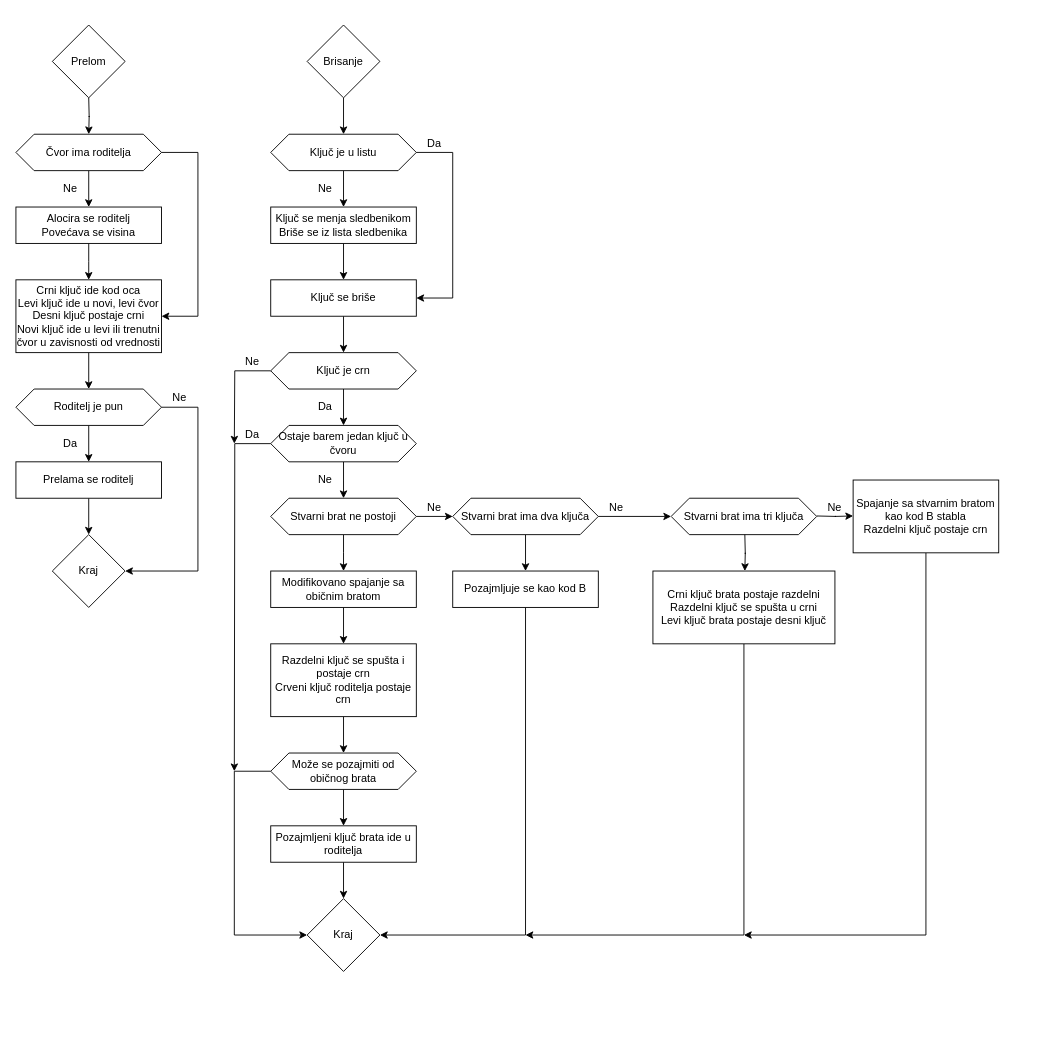
This is page "2-3-4" (4 of 4) of ASP2/Stabla.drawio from KockaAdmiralac/ETF, a draw.io file, before an edit. Source tidied: cells renumbered, new cells numbered last; positions are measured from the earlier drawing's top-left corner, leaving out a move shared by most shapes. Both pictures are drawn from the tidied source at 91%, with x=0, y=0 at pixel (15, 25).
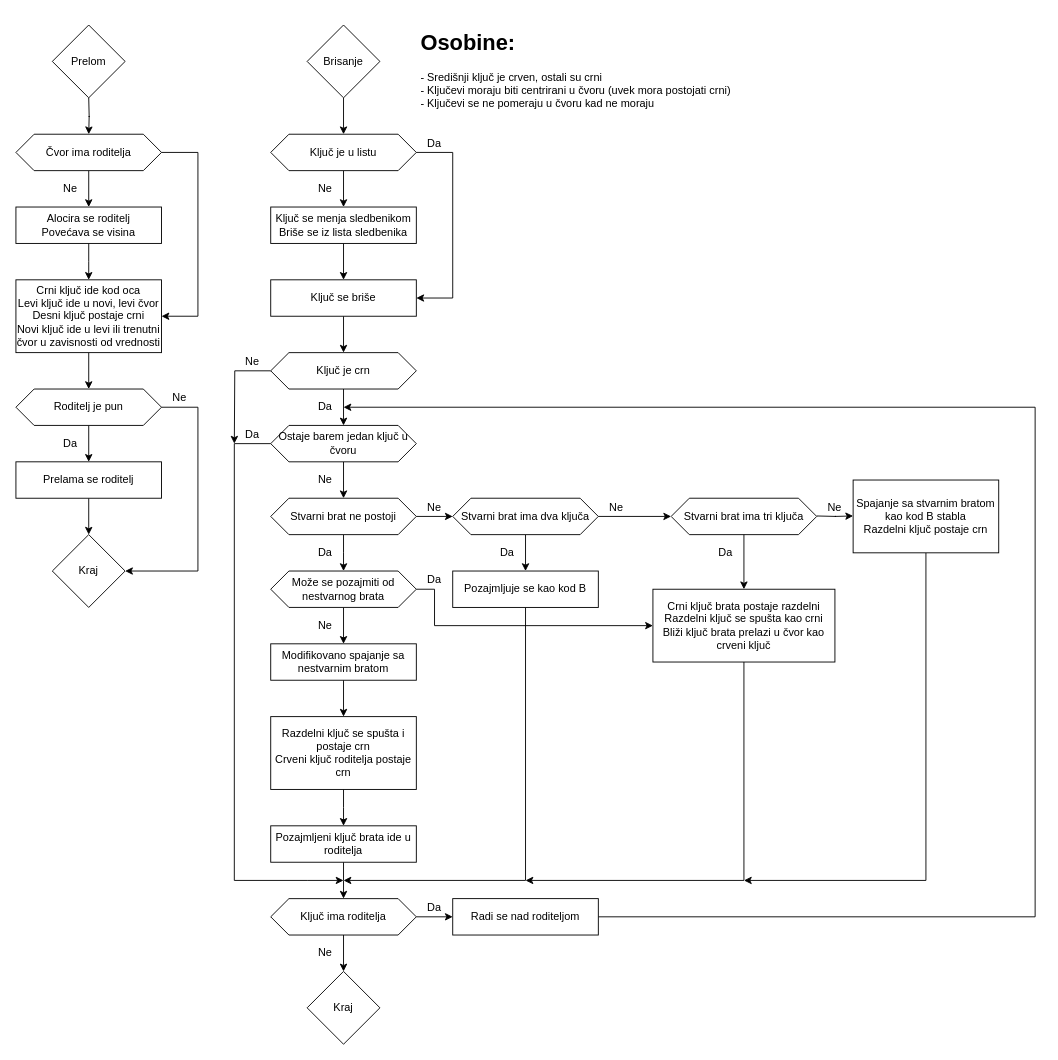
After the change.

Unchanged cells that the change refers to:
```xml
<mxCell id="36" value="Ostaje barem jedan ključ u čvoru" style="shape=hexagon;perimeter=hexagonPerimeter2;whiteSpace=wrap;html=1;fixedSize=1;" parent="1" vertex="1">
  <mxGeometry x="280" y="440" width="160" height="40" as="geometry" />
</mxCell>
<mxCell id="44" value="Pozajmljuje se kao kod B" style="rounded=0;whiteSpace=wrap;html=1;" parent="1" vertex="1">
  <mxGeometry x="480" y="600" width="160" height="40" as="geometry" />
</mxCell>
<mxCell id="46" value="Stvarni brat ima tri ključa" style="shape=hexagon;perimeter=hexagonPerimeter2;whiteSpace=wrap;html=1;fixedSize=1;" parent="1" vertex="1">
  <mxGeometry x="720" y="520" width="160" height="40" as="geometry" />
</mxCell>
<mxCell id="51" value="Spajanje sa stvarnim bratom kao kod B stabla&lt;br&gt;Razdelni ključ postaje crn" style="rounded=0;whiteSpace=wrap;html=1;" parent="1" vertex="1">
  <mxGeometry x="920" y="500" width="160" height="80" as="geometry" />
</mxCell>
<mxCell id="60" value="Pozajmljeni ključ brata ide u roditelja" style="rounded=0;whiteSpace=wrap;html=1;" parent="1" vertex="1">
  <mxGeometry x="280" y="880" width="160" height="40" as="geometry" />
</mxCell>
<mxCell id="63" value="Da" style="text;html=1;strokeColor=none;fillColor=none;align=center;verticalAlign=middle;whiteSpace=wrap;rounded=0;" parent="1" vertex="1">
  <mxGeometry x="320" y="410" width="40" height="20" as="geometry" />
</mxCell>
```

Diff of the diagram source:
```diff
@@
     <mxCell id="35" style="edgeStyle=orthogonalEdgeStyle;rounded=0;jettySize=auto;html=1;" parent="1" edge="1" source="36">
       <mxGeometry relative="1" as="geometry">
-        <mxPoint x="240" y="820" as="targetPoint" />
+        <mxPoint x="360" y="940" as="targetPoint" />
+        <Array as="points">
+          <mxPoint x="240" y="460" />
+          <mxPoint x="240" y="940" />
+          <mxPoint x="320" y="940" />
+        </Array>
       </mxGeometry>
     </mxCell>
@@
-    <mxCell id="43" style="edgeStyle=orthogonalEdgeStyle;rounded=0;jettySize=auto;html=1;entryX=1;entryY=0.5;entryDx=0;entryDy=0;" parent="1" edge="1" source="44" target="61">
-      <mxGeometry relative="1" as="geometry">
-        <Array as="points">
-          <mxPoint x="560" y="1000" />
-        </Array>
-      </mxGeometry>
-    </mxCell>
+    <mxCell id="69" style="edgeStyle=orthogonalEdgeStyle;rounded=0;jettySize=auto;html=1;" parent="1" edge="1" source="44">
+      <mxGeometry relative="1" as="geometry">
+        <mxPoint x="360" y="940" as="targetPoint" />
+        <Array as="points">
+          <mxPoint x="560" y="940" />
+        </Array>
+      </mxGeometry>
+    </mxCell>
@@
-    <mxCell id="47" style="edgeStyle=orthogonalEdgeStyle;rounded=0;orthogonalLoop=1;jettySize=auto;html=1;" parent="1" edge="1">
-      <mxGeometry relative="1" as="geometry">
-        <mxPoint x="801" y="560" as="sourcePoint" />
-        <mxPoint x="801" y="600" as="targetPoint" />
-      </mxGeometry>
+    <mxCell id="47" style="edgeStyle=orthogonalEdgeStyle;rounded=0;jettySize=auto;html=1;entryX=0.5;entryY=0;entryDx=0;entryDy=0;exitX=0.5;exitY=1;exitDx=0;exitDy=0;" parent="1" edge="1" source="46" target="49">
+      <mxGeometry relative="1" as="geometry" />
     </mxCell>
-    <mxCell id="48" style="edgeStyle=orthogonalEdgeStyle;rounded=0;jettySize=auto;html=1;" parent="1" edge="1" source="49">
+    <mxCell id="48" style="edgeStyle=orthogonalEdgeStyle;rounded=0;jettySize=auto;html=1;exitX=0.5;exitY=1;exitDx=0;exitDy=0;" parent="1" edge="1" source="49">
       <mxGeometry relative="1" as="geometry">
-        <mxPoint x="560" y="1000" as="targetPoint" />
+        <mxPoint x="560" y="940" as="targetPoint" />
         <Array as="points">
-          <mxPoint x="800" y="1000" />
+          <mxPoint x="800" y="940" />
         </Array>
       </mxGeometry>
     </mxCell>
-    <mxCell id="49" value="Crni ključ brata postaje razdelni&lt;br&gt;Razdelni ključ se spušta u crni&lt;br&gt;Levi ključ brata postaje desni ključ" style="rounded=0;whiteSpace=wrap;html=1;" parent="1" vertex="1">
-      <mxGeometry x="700" y="600" width="200" height="80" as="geometry" />
+    <mxCell id="49" value="Crni ključ brata postaje razdelni&lt;br&gt;Razdelni ključ se spušta kao crni&lt;br&gt;Bliži ključ brata prelazi u čvor kao crveni ključ" style="rounded=0;whiteSpace=wrap;html=1;" parent="1" vertex="1">
+      <mxGeometry x="700" y="620" width="200" height="80" as="geometry" />
     </mxCell>
     <mxCell id="50" style="edgeStyle=orthogonalEdgeStyle;rounded=0;jettySize=auto;html=1;" parent="1" edge="1" source="51">
       <mxGeometry relative="1" as="geometry">
-        <mxPoint x="800" y="1000" as="targetPoint" />
+        <mxPoint x="800" y="940" as="targetPoint" />
         <Array as="points">
-          <mxPoint x="1000" y="1000" />
+          <mxPoint x="1000" y="940" />
+          <mxPoint x="800" y="940" />
         </Array>
       </mxGeometry>
     </mxCell>
@@
-    <mxCell id="52" style="edgeStyle=orthogonalEdgeStyle;rounded=0;jettySize=auto;html=1;entryX=0.5;entryY=0;entryDx=0;entryDy=0;" parent="1" edge="1" source="54" target="60">
-      <mxGeometry relative="1" as="geometry" />
-    </mxCell>
-    <mxCell id="53" style="edgeStyle=orthogonalEdgeStyle;rounded=0;jettySize=auto;html=1;entryX=0;entryY=0.5;entryDx=0;entryDy=0;" parent="1" edge="1" source="54" target="61">
-      <mxGeometry relative="1" as="geometry">
-        <Array as="points">
-          <mxPoint x="240" y="820" />
-          <mxPoint x="240" y="1000" />
-        </Array>
-      </mxGeometry>
-    </mxCell>
-    <mxCell id="54" value="Može se pozajmiti od običnog brata" style="shape=hexagon;perimeter=hexagonPerimeter2;whiteSpace=wrap;html=1;fixedSize=1;" parent="1" vertex="1">
-      <mxGeometry x="280" y="800" width="160" height="40" as="geometry" />
-    </mxCell>
-    <mxCell id="55" style="edgeStyle=orthogonalEdgeStyle;rounded=0;jettySize=auto;html=1;entryX=0.5;entryY=0;entryDx=0;entryDy=0;" parent="1" edge="1" source="56" target="54">
-      <mxGeometry relative="1" as="geometry" />
+    <mxCell id="55" style="edgeStyle=orthogonalEdgeStyle;rounded=0;jettySize=auto;html=1;entryX=0.5;entryY=0;entryDx=0;entryDy=0;" parent="1" edge="1" source="56">
+      <mxGeometry relative="1" as="geometry">
+        <mxPoint x="360" y="880" as="targetPoint" />
+      </mxGeometry>
     </mxCell>
     <mxCell id="56" value="Razdelni ključ se spušta i postaje crn&lt;br&gt;Crveni ključ roditelja postaje crn" style="rounded=0;whiteSpace=wrap;html=1;" parent="1" vertex="1">
-      <mxGeometry x="280" y="680" width="160" height="80" as="geometry" />
+      <mxGeometry x="280" y="760" width="160" height="80" as="geometry" />
     </mxCell>
@@
-    <mxCell id="58" value="Modifikovano spajanje sa običnim bratom" style="rounded=0;whiteSpace=wrap;html=1;" parent="1" vertex="1">
-      <mxGeometry x="280" y="600" width="160" height="40" as="geometry" />
+    <mxCell id="58" value="Modifikovano spajanje sa nestvarnim bratom" style="rounded=0;whiteSpace=wrap;html=1;" parent="1" vertex="1">
+      <mxGeometry x="280" y="680" width="160" height="40" as="geometry" />
     </mxCell>
-    <mxCell id="59" style="edgeStyle=orthogonalEdgeStyle;rounded=0;jettySize=auto;html=1;entryX=0.5;entryY=0;entryDx=0;entryDy=0;" parent="1" edge="1" source="60" target="61">
-      <mxGeometry relative="1" as="geometry" />
+    <mxCell id="59" style="edgeStyle=orthogonalEdgeStyle;rounded=0;jettySize=auto;html=1;" parent="1" edge="1" source="60">
+      <mxGeometry relative="1" as="geometry">
+        <mxPoint x="360" y="960" as="targetPoint" />
+      </mxGeometry>
     </mxCell>
@@
-    <mxCell id="61" value="Kraj" style="rhombus;whiteSpace=wrap;html=1;" parent="1" vertex="1">
-      <mxGeometry x="320" y="960" width="80" height="80" as="geometry" />
-    </mxCell>
@@
+    <mxCell id="70" value="&lt;h1&gt;Osobine:&lt;/h1&gt;&lt;p&gt;- Središnji ključ je crven, ostali su crni&lt;br&gt;- Ključevi moraju biti centrirani u čvoru (uvek mora postojati crni)&lt;br&gt;- Ključevi se ne pomeraju u čvoru kad ne moraju&lt;/p&gt;" style="text;html=1;strokeColor=none;fillColor=none;spacing=5;spacingTop=-20;whiteSpace=wrap;overflow=hidden;rounded=0;" parent="1" vertex="1">
+      <mxGeometry x="440" width="350" height="120" as="geometry" />
+    </mxCell>
+    <mxCell id="71" value="Da" style="text;html=1;strokeColor=none;fillColor=none;align=center;verticalAlign=middle;whiteSpace=wrap;rounded=0;" parent="1" vertex="1">
+      <mxGeometry x="320" y="570" width="40" height="20" as="geometry" />
+    </mxCell>
+    <mxCell id="72" style="edgeStyle=orthogonalEdgeStyle;rounded=0;jettySize=auto;html=1;entryX=0.5;entryY=0;entryDx=0;entryDy=0;" parent="1" edge="1" source="74" target="58">
+      <mxGeometry relative="1" as="geometry" />
+    </mxCell>
+    <mxCell id="73" style="edgeStyle=orthogonalEdgeStyle;rounded=0;jettySize=auto;html=1;" parent="1" edge="1" source="74">
+      <mxGeometry relative="1" as="geometry">
+        <mxPoint x="700" y="660" as="targetPoint" />
+        <Array as="points">
+          <mxPoint x="460" y="620" />
+          <mxPoint x="460" y="660" />
+        </Array>
+      </mxGeometry>
+    </mxCell>
+    <mxCell id="74" value="Može se pozajmiti od nestvarnog brata" style="shape=hexagon;perimeter=hexagonPerimeter2;whiteSpace=wrap;html=1;fixedSize=1;" parent="1" vertex="1">
+      <mxGeometry x="280" y="600" width="160" height="40" as="geometry" />
+    </mxCell>
+    <mxCell id="75" value="Ne" style="text;html=1;strokeColor=none;fillColor=none;align=center;verticalAlign=middle;whiteSpace=wrap;rounded=0;" parent="1" vertex="1">
+      <mxGeometry x="320" y="650" width="40" height="20" as="geometry" />
+    </mxCell>
+    <mxCell id="76" value="Da" style="text;html=1;strokeColor=none;fillColor=none;align=center;verticalAlign=middle;whiteSpace=wrap;rounded=0;" parent="1" vertex="1">
+      <mxGeometry x="440" y="600" width="40" height="20" as="geometry" />
+    </mxCell>
+    <mxCell id="77" value="Da" style="text;html=1;strokeColor=none;fillColor=none;align=center;verticalAlign=middle;whiteSpace=wrap;rounded=0;" parent="1" vertex="1">
+      <mxGeometry x="760" y="570" width="40" height="20" as="geometry" />
+    </mxCell>
+    <mxCell id="78" value="Da" style="text;html=1;strokeColor=none;fillColor=none;align=center;verticalAlign=middle;whiteSpace=wrap;rounded=0;" parent="1" vertex="1">
+      <mxGeometry x="520" y="570" width="40" height="20" as="geometry" />
+    </mxCell>
+    <mxCell id="61" value="Kraj" style="rhombus;whiteSpace=wrap;html=1;" parent="1" vertex="1">
+      <mxGeometry x="320" y="1040" width="80" height="80" as="geometry" />
+    </mxCell>
+    <mxCell id="79" style="edgeStyle=orthogonalEdgeStyle;rounded=0;jettySize=auto;html=1;entryX=0;entryY=0.5;entryDx=0;entryDy=0;" parent="1" edge="1" source="81" target="83">
+      <mxGeometry relative="1" as="geometry" />
+    </mxCell>
+    <mxCell id="80" style="edgeStyle=orthogonalEdgeStyle;rounded=0;jettySize=auto;html=1;entryX=0.5;entryY=0;entryDx=0;entryDy=0;" parent="1" edge="1" source="81" target="61">
+      <mxGeometry relative="1" as="geometry" />
+    </mxCell>
+    <mxCell id="81" value="Ključ ima roditelja" style="shape=hexagon;perimeter=hexagonPerimeter2;whiteSpace=wrap;html=1;fixedSize=1;" parent="1" vertex="1">
+      <mxGeometry x="280" y="960" width="160" height="40" as="geometry" />
+    </mxCell>
+    <mxCell id="82" style="edgeStyle=orthogonalEdgeStyle;rounded=0;jettySize=auto;html=1;entryX=1;entryY=0.5;entryDx=0;entryDy=0;" parent="1" edge="1" source="83" target="63">
+      <mxGeometry relative="1" as="geometry">
+        <Array as="points">
+          <mxPoint x="1120" y="980" />
+          <mxPoint x="1120" y="420" />
+        </Array>
+      </mxGeometry>
+    </mxCell>
+    <mxCell id="83" value="Radi se nad roditeljom" style="rounded=0;whiteSpace=wrap;html=1;" parent="1" vertex="1">
+      <mxGeometry x="480" y="960" width="160" height="40" as="geometry" />
+    </mxCell>
+    <mxCell id="84" value="Da" style="text;html=1;strokeColor=none;fillColor=none;align=center;verticalAlign=middle;whiteSpace=wrap;rounded=0;" parent="1" vertex="1">
+      <mxGeometry x="440" y="960" width="40" height="20" as="geometry" />
+    </mxCell>
+    <mxCell id="85" value="Ne" style="text;html=1;strokeColor=none;fillColor=none;align=center;verticalAlign=middle;whiteSpace=wrap;rounded=0;" parent="1" vertex="1">
+      <mxGeometry x="320" y="1010" width="40" height="20" as="geometry" />
+    </mxCell>
```
